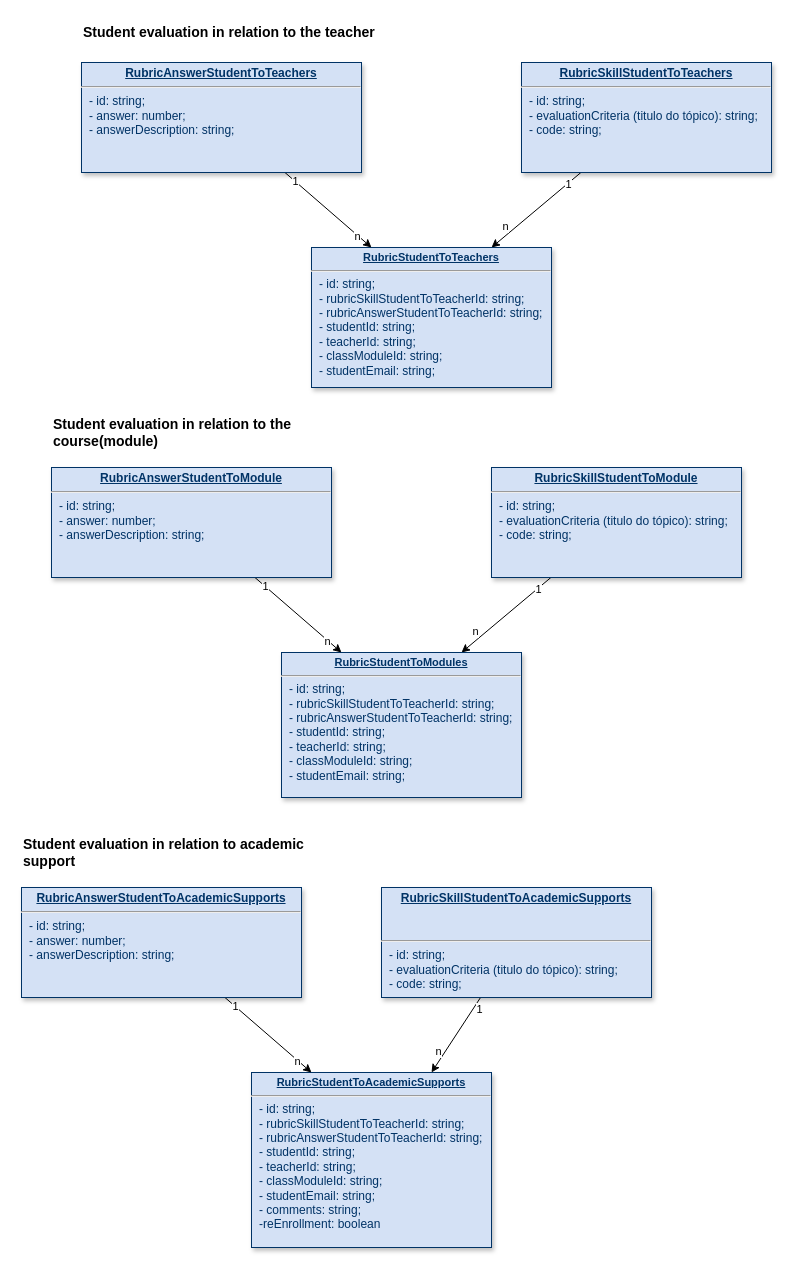
Before: page "Page-2" (2 of 2) of MER Class.drawio in eldoncosta1/diagrams, a draw.io diagram. Source tidied: cells renumbered, new cells numbered last; positions are measured from the earlier drawing's top-left corner, leaving out a move shared by most shapes. Both pictures are drawn from the tidied source at 100%, with x=0, y=0 at pixel (21, 17).
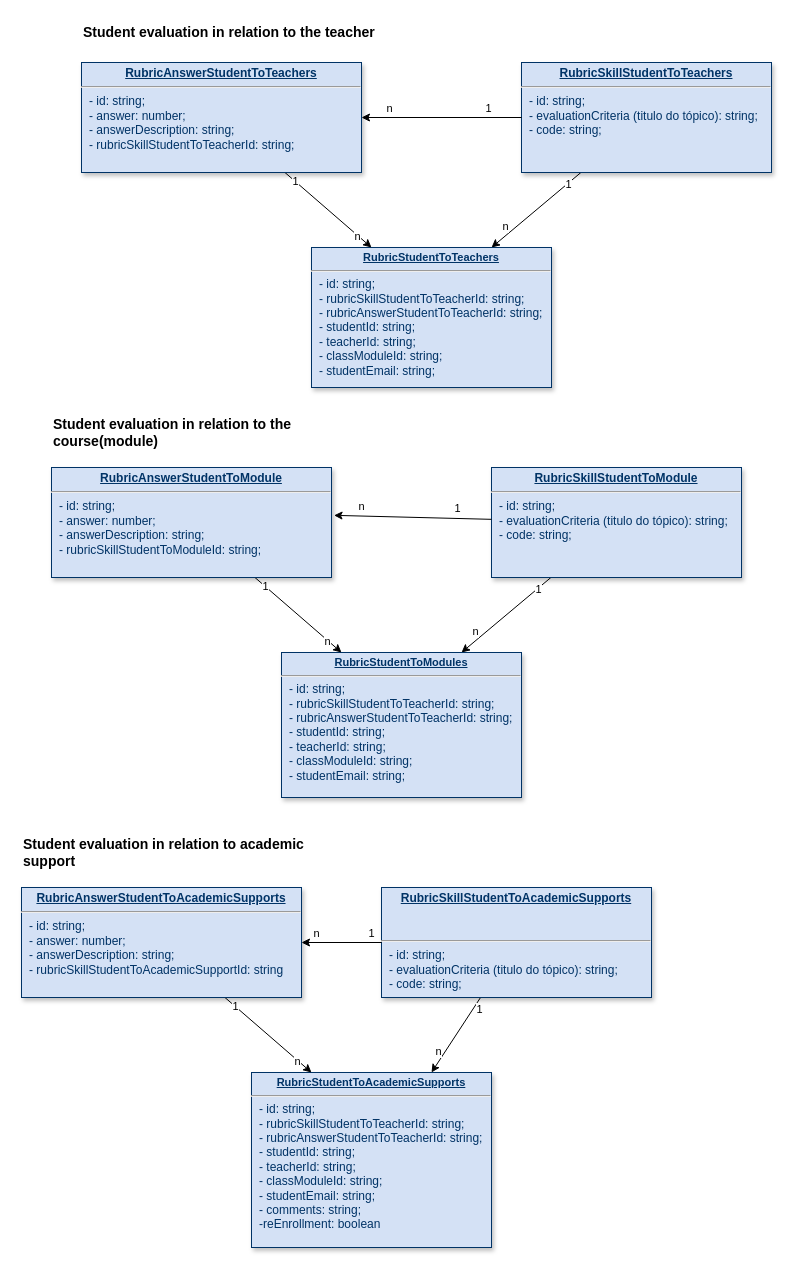
Above is the later version.

The change refers to these unchanged cells:
```xml
<mxCell id="15" value="&lt;p style=&quot;margin: 0px; margin-top: 4px; text-align: center; text-decoration: underline;&quot;&gt;&lt;strong&gt;RubricSkillStudentToModule&lt;/strong&gt;&lt;/p&gt;&lt;hr&gt;&lt;p style=&quot;margin: 0px; margin-left: 8px;&quot;&gt;- id: string;&lt;/p&gt;&lt;p style=&quot;margin: 0px; margin-left: 8px;&quot;&gt;- evaluationCriteria (titulo do tópico): string;&lt;/p&gt;&lt;p style=&quot;margin: 0px; margin-left: 8px;&quot;&gt;&lt;span style=&quot;background-color: initial;&quot;&gt;- code: string;&lt;/span&gt;&lt;br&gt;&lt;/p&gt;&lt;p style=&quot;margin: 0px; margin-left: 8px;&quot;&gt;&lt;br&gt;&lt;/p&gt;&lt;p style=&quot;margin: 0px; margin-left: 8px;&quot;&gt;&lt;br&gt;&lt;/p&gt;&lt;p style=&quot;margin: 0px; margin-left: 8px;&quot;&gt;&lt;br&gt;&lt;/p&gt;" style="verticalAlign=top;align=left;overflow=fill;fontSize=12;fontFamily=Helvetica;html=1;strokeColor=#003366;shadow=1;fillColor=#D4E1F5;fontColor=#003366;" parent="1" vertex="1">
  <mxGeometry x="470" y="450" width="250" height="110" as="geometry" />
</mxCell>
<mxCell id="25" value="&lt;p style=&quot;margin: 0px; margin-top: 4px; text-align: center; text-decoration: underline;&quot;&gt;&lt;strong&gt;RubricSkillStudentToAcademicSupports&lt;/strong&gt;&lt;/p&gt;&lt;strong style=&quot;text-align: center;&quot;&gt;&lt;br&gt;&lt;br&gt;&lt;/strong&gt;&lt;hr&gt;&lt;p style=&quot;margin: 0px; margin-left: 8px;&quot;&gt;- id: string;&lt;/p&gt;&lt;p style=&quot;margin: 0px; margin-left: 8px;&quot;&gt;- evaluationCriteria (titulo do tópico): string;&lt;/p&gt;&lt;p style=&quot;margin: 0px; margin-left: 8px;&quot;&gt;&lt;span style=&quot;background-color: initial;&quot;&gt;- code: string;&lt;/span&gt;&lt;br&gt;&lt;/p&gt;&lt;p style=&quot;margin: 0px; margin-left: 8px;&quot;&gt;&lt;br&gt;&lt;/p&gt;&lt;p style=&quot;margin: 0px; margin-left: 8px;&quot;&gt;&lt;br&gt;&lt;/p&gt;&lt;p style=&quot;margin: 0px; margin-left: 8px;&quot;&gt;&lt;br&gt;&lt;/p&gt;" style="verticalAlign=top;align=left;overflow=fill;fontSize=12;fontFamily=Helvetica;html=1;strokeColor=#003366;shadow=1;fillColor=#D4E1F5;fontColor=#003366;" parent="1" vertex="1">
  <mxGeometry x="360" y="870" width="270" height="110" as="geometry" />
</mxCell>
```

Diff of the diagram source:
```diff
@@
-    <mxCell id="10" value="&lt;p style=&quot;margin: 0px; margin-top: 4px; text-align: center; text-decoration: underline;&quot;&gt;&lt;strong&gt;RubricAnswerStudentToTeachers&lt;/strong&gt;&lt;/p&gt;&lt;hr&gt;&lt;p style=&quot;margin: 0px; margin-left: 8px;&quot;&gt;- id: string;&lt;/p&gt;&lt;p style=&quot;margin: 0px; margin-left: 8px;&quot;&gt;- answer: number;&lt;/p&gt;&lt;p style=&quot;margin: 0px; margin-left: 8px;&quot;&gt;- answerDescription: string;&lt;/p&gt;&lt;p style=&quot;margin: 0px; margin-left: 8px;&quot;&gt;&lt;br&gt;&lt;/p&gt;&lt;p style=&quot;margin: 0px; margin-left: 8px;&quot;&gt;&lt;br&gt;&lt;/p&gt;&lt;p style=&quot;margin: 0px; margin-left: 8px;&quot;&gt;&lt;br&gt;&lt;/p&gt;&lt;p style=&quot;margin: 0px; margin-left: 8px;&quot;&gt;&lt;br&gt;&lt;/p&gt;" style="verticalAlign=top;align=left;overflow=fill;fontSize=12;fontFamily=Helvetica;html=1;strokeColor=#003366;shadow=1;fillColor=#D4E1F5;fontColor=#003366;" parent="1" vertex="1">
+    <mxCell id="10" value="&lt;p style=&quot;margin: 0px; margin-top: 4px; text-align: center; text-decoration: underline;&quot;&gt;&lt;strong&gt;RubricAnswerStudentToTeachers&lt;/strong&gt;&lt;/p&gt;&lt;hr&gt;&lt;p style=&quot;margin: 0px; margin-left: 8px;&quot;&gt;- id: string;&lt;/p&gt;&lt;p style=&quot;margin: 0px; margin-left: 8px;&quot;&gt;- answer: number;&lt;/p&gt;&lt;p style=&quot;margin: 0px; margin-left: 8px;&quot;&gt;- answerDescription: string;&lt;/p&gt;&lt;p style=&quot;margin: 0px; margin-left: 8px;&quot;&gt;- rubricSkillStudentToTeacherId: string;&lt;/p&gt;&lt;p style=&quot;margin: 0px; margin-left: 8px;&quot;&gt;&lt;br&gt;&lt;/p&gt;&lt;p style=&quot;margin: 0px; margin-left: 8px;&quot;&gt;&lt;br&gt;&lt;/p&gt;&lt;p style=&quot;margin: 0px; margin-left: 8px;&quot;&gt;&lt;br&gt;&lt;/p&gt;&lt;p style=&quot;margin: 0px; margin-left: 8px;&quot;&gt;&lt;br&gt;&lt;/p&gt;" style="verticalAlign=top;align=left;overflow=fill;fontSize=12;fontFamily=Helvetica;html=1;strokeColor=#003366;shadow=1;fillColor=#D4E1F5;fontColor=#003366;" parent="1" vertex="1">
       <mxGeometry x="60" y="45" width="280" height="110" as="geometry" />
     </mxCell>
@@
-    <mxCell id="20" value="&lt;p style=&quot;margin: 0px; margin-top: 4px; text-align: center; text-decoration: underline;&quot;&gt;&lt;strong&gt;RubricAnswerStudentToModule&lt;/strong&gt;&lt;/p&gt;&lt;hr&gt;&lt;p style=&quot;margin: 0px; margin-left: 8px;&quot;&gt;- id: string;&lt;/p&gt;&lt;p style=&quot;margin: 0px; margin-left: 8px;&quot;&gt;- answer: number;&lt;/p&gt;&lt;p style=&quot;margin: 0px; margin-left: 8px;&quot;&gt;- answerDescription: string;&lt;/p&gt;&lt;p style=&quot;margin: 0px; margin-left: 8px;&quot;&gt;&lt;br&gt;&lt;/p&gt;&lt;p style=&quot;margin: 0px; margin-left: 8px;&quot;&gt;&lt;br&gt;&lt;/p&gt;&lt;p style=&quot;margin: 0px; margin-left: 8px;&quot;&gt;&lt;br&gt;&lt;/p&gt;&lt;p style=&quot;margin: 0px; margin-left: 8px;&quot;&gt;&lt;br&gt;&lt;/p&gt;" style="verticalAlign=top;align=left;overflow=fill;fontSize=12;fontFamily=Helvetica;html=1;strokeColor=#003366;shadow=1;fillColor=#D4E1F5;fontColor=#003366;" parent="1" vertex="1">
+    <mxCell id="20" value="&lt;p style=&quot;margin: 0px; margin-top: 4px; text-align: center; text-decoration: underline;&quot;&gt;&lt;strong&gt;RubricAnswerStudentToModule&lt;/strong&gt;&lt;/p&gt;&lt;hr&gt;&lt;p style=&quot;margin: 0px; margin-left: 8px;&quot;&gt;- id: string;&lt;/p&gt;&lt;p style=&quot;margin: 0px; margin-left: 8px;&quot;&gt;- answer: number;&lt;/p&gt;&lt;p style=&quot;margin: 0px; margin-left: 8px;&quot;&gt;- answerDescription: string;&lt;/p&gt;&lt;p style=&quot;margin: 0px; margin-left: 8px;&quot;&gt;- rubricSkillStudentToModuleId: string;&lt;/p&gt;&lt;p style=&quot;margin: 0px; margin-left: 8px;&quot;&gt;&lt;br&gt;&lt;/p&gt;&lt;p style=&quot;margin: 0px; margin-left: 8px;&quot;&gt;&lt;br&gt;&lt;/p&gt;&lt;p style=&quot;margin: 0px; margin-left: 8px;&quot;&gt;&lt;br&gt;&lt;/p&gt;&lt;p style=&quot;margin: 0px; margin-left: 8px;&quot;&gt;&lt;br&gt;&lt;/p&gt;" style="verticalAlign=top;align=left;overflow=fill;fontSize=12;fontFamily=Helvetica;html=1;strokeColor=#003366;shadow=1;fillColor=#D4E1F5;fontColor=#003366;" parent="1" vertex="1">
       <mxGeometry x="30" y="450" width="280" height="110" as="geometry" />
     </mxCell>
@@
-    <mxCell id="30" value="&lt;p style=&quot;margin: 0px; margin-top: 4px; text-align: center; text-decoration: underline;&quot;&gt;&lt;strong&gt;RubricAnswerStudentToAcademicSupports&lt;/strong&gt;&lt;/p&gt;&lt;hr&gt;&lt;p style=&quot;margin: 0px; margin-left: 8px;&quot;&gt;- id: string;&lt;/p&gt;&lt;p style=&quot;margin: 0px; margin-left: 8px;&quot;&gt;- answer: number;&lt;/p&gt;&lt;p style=&quot;margin: 0px; margin-left: 8px;&quot;&gt;- answerDescription: string;&lt;/p&gt;&lt;p style=&quot;margin: 0px; margin-left: 8px;&quot;&gt;&lt;br&gt;&lt;/p&gt;&lt;p style=&quot;margin: 0px; margin-left: 8px;&quot;&gt;&lt;br&gt;&lt;/p&gt;&lt;p style=&quot;margin: 0px; margin-left: 8px;&quot;&gt;&lt;br&gt;&lt;/p&gt;&lt;p style=&quot;margin: 0px; margin-left: 8px;&quot;&gt;&lt;br&gt;&lt;/p&gt;" style="verticalAlign=top;align=left;overflow=fill;fontSize=12;fontFamily=Helvetica;html=1;strokeColor=#003366;shadow=1;fillColor=#D4E1F5;fontColor=#003366;" parent="1" vertex="1">
+    <mxCell id="30" value="&lt;p style=&quot;margin: 0px; margin-top: 4px; text-align: center; text-decoration: underline;&quot;&gt;&lt;strong&gt;RubricAnswerStudentToAcademicSupports&lt;/strong&gt;&lt;/p&gt;&lt;hr&gt;&lt;p style=&quot;margin: 0px; margin-left: 8px;&quot;&gt;- id: string;&lt;/p&gt;&lt;p style=&quot;margin: 0px; margin-left: 8px;&quot;&gt;- answer: number;&lt;/p&gt;&lt;p style=&quot;margin: 0px; margin-left: 8px;&quot;&gt;- answerDescription: string;&lt;/p&gt;&lt;p style=&quot;margin: 0px; margin-left: 8px;&quot;&gt;- rubricSkillStudentToAcademicSupportId: string&lt;/p&gt;&lt;p style=&quot;margin: 0px; margin-left: 8px;&quot;&gt;&lt;br&gt;&lt;/p&gt;&lt;p style=&quot;margin: 0px; margin-left: 8px;&quot;&gt;&lt;br&gt;&lt;/p&gt;&lt;p style=&quot;margin: 0px; margin-left: 8px;&quot;&gt;&lt;br&gt;&lt;/p&gt;&lt;p style=&quot;margin: 0px; margin-left: 8px;&quot;&gt;&lt;br&gt;&lt;/p&gt;" style="verticalAlign=top;align=left;overflow=fill;fontSize=12;fontFamily=Helvetica;html=1;strokeColor=#003366;shadow=1;fillColor=#D4E1F5;fontColor=#003366;" parent="1" vertex="1">
       <mxGeometry y="870" width="280" height="110" as="geometry" />
     </mxCell>
@@
+    <mxCell id="32" style="edgeStyle=none;rounded=0;jettySize=auto;html=1;entryX=1;entryY=0.5;entryDx=0;entryDy=0;" parent="1" edge="1" target="10">
+      <mxGeometry relative="1" as="geometry">
+        <mxPoint x="500" y="100" as="sourcePoint" />
+      </mxGeometry>
+    </mxCell>
+    <mxCell id="33" value="1" style="edgeLabel;html=1;align=center;verticalAlign=middle;" parent="32" vertex="1">
+      <mxGeometry x="-0.42" y="1" relative="1" as="geometry">
+        <mxPoint x="12" y="-11" as="offset" />
+      </mxGeometry>
+    </mxCell>
+    <mxCell id="34" value="n" style="edgeLabel;html=1;align=center;verticalAlign=middle;fontSize=11;" parent="32" vertex="1">
+      <mxGeometry x="0.66" y="-3" relative="1" as="geometry">
+        <mxPoint y="-7" as="offset" />
+      </mxGeometry>
+    </mxCell>
+    <mxCell id="35" style="edgeStyle=none;rounded=0;jettySize=auto;html=1;entryX=1.009;entryY=0.435;entryDx=0;entryDy=0;entryPerimeter=0;" parent="1" edge="1" source="15" target="20">
+      <mxGeometry relative="1" as="geometry" />
+    </mxCell>
+    <mxCell id="36" value="1" style="edgeLabel;html=1;align=center;verticalAlign=middle;" parent="35" vertex="1">
+      <mxGeometry x="-0.42" y="1" relative="1" as="geometry">
+        <mxPoint x="12" y="-11" as="offset" />
+      </mxGeometry>
+    </mxCell>
+    <mxCell id="37" value="n" style="edgeLabel;html=1;align=center;verticalAlign=middle;fontSize=11;" parent="35" vertex="1">
+      <mxGeometry x="0.66" y="-3" relative="1" as="geometry">
+        <mxPoint y="-7" as="offset" />
+      </mxGeometry>
+    </mxCell>
+    <mxCell id="38" style="edgeStyle=none;rounded=0;jettySize=auto;html=1;entryX=1;entryY=0.5;entryDx=0;entryDy=0;exitX=0;exitY=0.5;exitDx=0;exitDy=0;" parent="1" edge="1" source="25" target="30">
+      <mxGeometry relative="1" as="geometry" />
+    </mxCell>
+    <mxCell id="39" value="1" style="edgeLabel;html=1;align=center;verticalAlign=middle;" parent="38" vertex="1">
+      <mxGeometry x="-0.42" y="1" relative="1" as="geometry">
+        <mxPoint x="12" y="-11" as="offset" />
+      </mxGeometry>
+    </mxCell>
+    <mxCell id="40" value="n" style="edgeLabel;html=1;align=center;verticalAlign=middle;fontSize=11;" parent="38" vertex="1">
+      <mxGeometry x="0.66" y="-3" relative="1" as="geometry">
+        <mxPoint y="-7" as="offset" />
+      </mxGeometry>
+    </mxCell>
```
